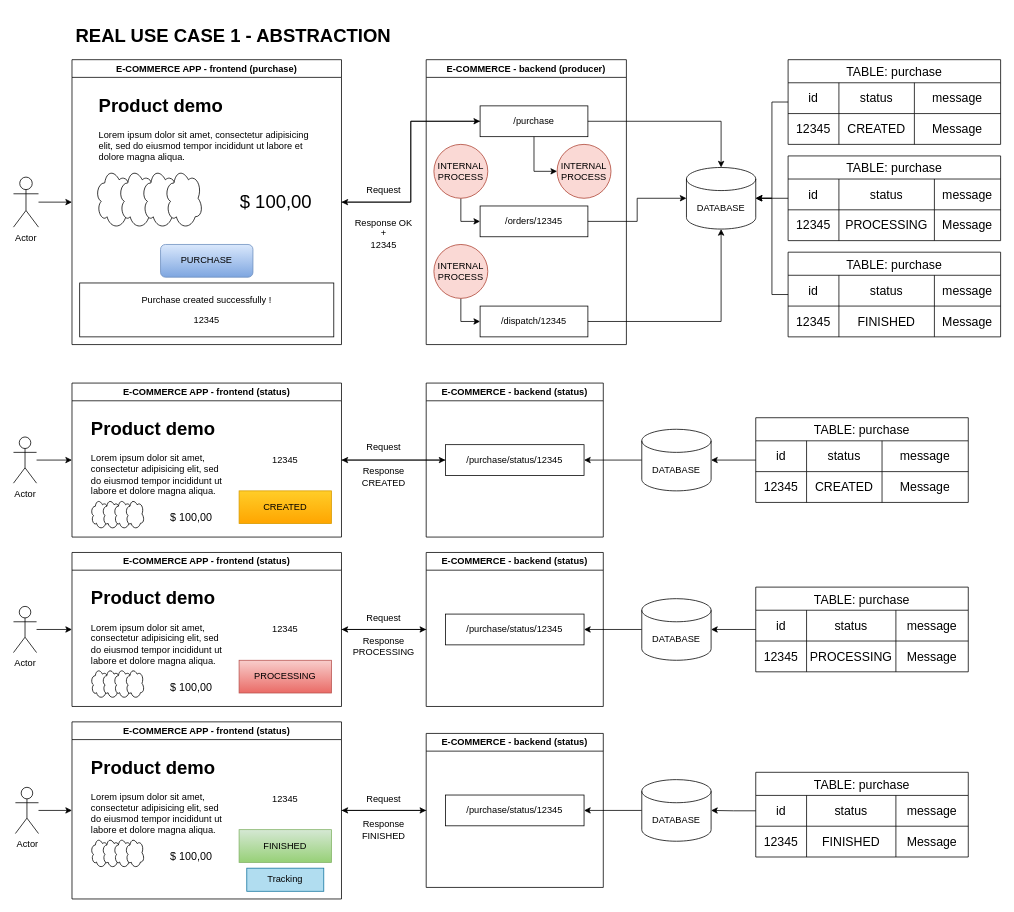
This is page "ABSTRACT" (3 of 4) of ec2_java_mysql_rabbitmq/midias/scheme-diagram-full.drawio from huntercodexs/docker-series, a draw.io file, before an edit. Source tidied: cells renumbered, new cells numbered last; positions are measured from the earlier drawing's top-left corner, leaving out a move shared by most shapes. Both pictures are drawn from the tidied source at 77%, with x=0, y=0 at pixel (13, 21).
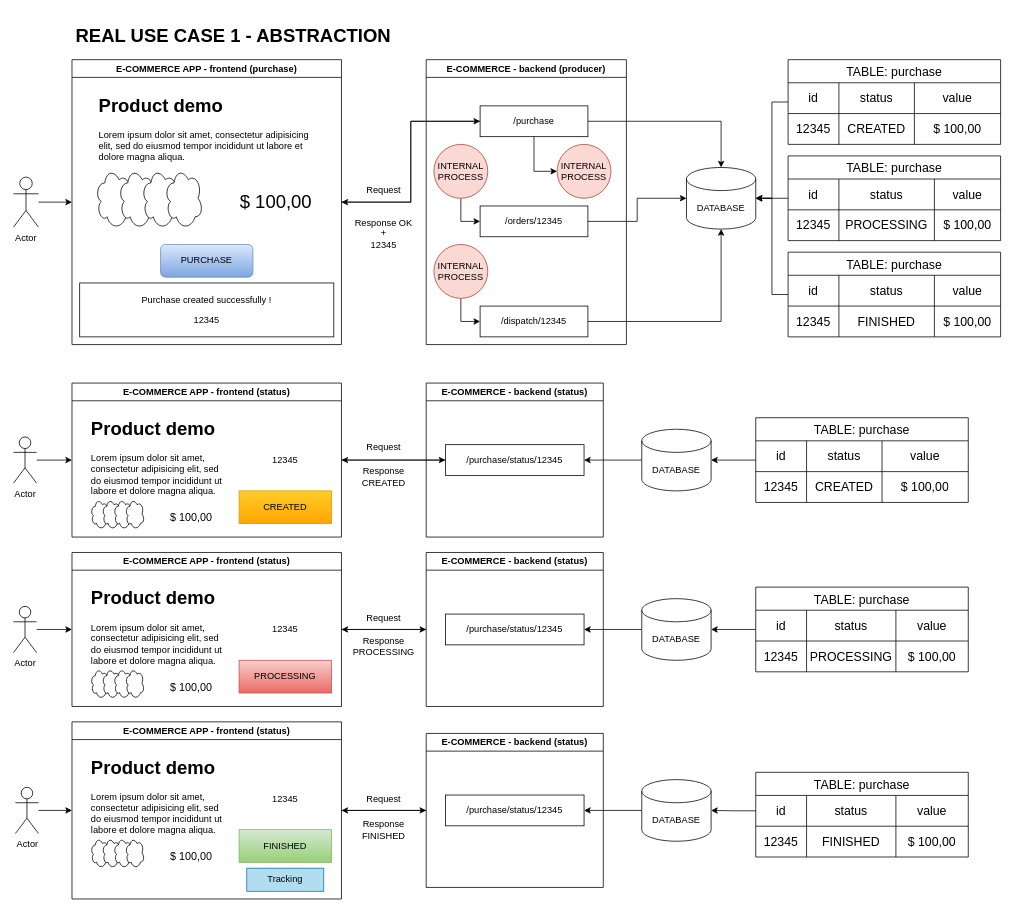
The same page after the edit.

Unchanged cells that the change refers to:
```xml
<mxCell id="93" style="shape=tableRow;horizontal=0;startSize=0;swimlaneHead=0;swimlaneBody=0;strokeColor=inherit;top=0;left=0;bottom=0;right=0;fillColor=none;fontSize=16;" parent="92" vertex="1">
  <mxGeometry y="30" width="276" height="40" as="geometry" />
</mxCell>
<mxCell id="97" style="shape=tableRow;horizontal=0;startSize=0;swimlaneHead=0;swimlaneBody=0;strokeColor=inherit;top=0;left=0;bottom=0;right=0;fillColor=none;fontSize=16;" parent="92" vertex="1">
  <mxGeometry y="70" width="276" height="40" as="geometry" />
</mxCell>
<mxCell id="103" style="shape=tableRow;horizontal=0;startSize=0;swimlaneHead=0;swimlaneBody=0;strokeColor=inherit;top=0;left=0;bottom=0;right=0;fillColor=none;fontSize=16;" parent="102" vertex="1">
  <mxGeometry y="30" width="276" height="40" as="geometry" />
</mxCell>
<mxCell id="107" style="shape=tableRow;horizontal=0;startSize=0;swimlaneHead=0;swimlaneBody=0;strokeColor=inherit;top=0;left=0;bottom=0;right=0;fillColor=none;fontSize=16;" parent="102" vertex="1">
  <mxGeometry y="70" width="276" height="40" as="geometry" />
</mxCell>
<mxCell id="112" style="shape=tableRow;horizontal=0;startSize=0;swimlaneHead=0;swimlaneBody=0;strokeColor=inherit;top=0;left=0;bottom=0;right=0;fillColor=none;points=[[0,0.5],[1,0.5]];portConstraint=eastwest;fontSize=16;" parent="111" vertex="1">
  <mxGeometry y="30" width="276" height="40" as="geometry" />
</mxCell>
<mxCell id="116" style="shape=tableRow;horizontal=0;startSize=0;swimlaneHead=0;swimlaneBody=0;strokeColor=inherit;top=0;left=0;bottom=0;right=0;fillColor=none;fontSize=16;" parent="111" vertex="1">
  <mxGeometry y="70" width="276" height="40" as="geometry" />
</mxCell>
<mxCell id="124" style="shape=tableRow;horizontal=0;startSize=0;swimlaneHead=0;swimlaneBody=0;strokeColor=inherit;top=0;left=0;bottom=0;right=0;fillColor=none;fontSize=16;" parent="123" vertex="1">
  <mxGeometry y="30" width="276" height="40" as="geometry" />
</mxCell>
<mxCell id="128" style="shape=tableRow;horizontal=0;startSize=0;swimlaneHead=0;swimlaneBody=0;strokeColor=inherit;top=0;left=0;bottom=0;right=0;fillColor=none;fontSize=16;" parent="123" vertex="1">
  <mxGeometry y="70" width="276" height="40" as="geometry" />
</mxCell>
<mxCell id="137" style="shape=tableRow;horizontal=0;startSize=0;swimlaneHead=0;swimlaneBody=0;strokeColor=inherit;top=0;left=0;bottom=0;right=0;fillColor=none;fontSize=16;" parent="136" vertex="1">
  <mxGeometry y="30" width="276" height="40" as="geometry" />
</mxCell>
<mxCell id="141" style="shape=tableRow;horizontal=0;startSize=0;swimlaneHead=0;swimlaneBody=0;strokeColor=inherit;top=0;left=0;bottom=0;right=0;fillColor=none;fontSize=16;" parent="136" vertex="1">
  <mxGeometry y="70" width="276" height="40" as="geometry" />
</mxCell>
<mxCell id="146" style="shape=tableRow;horizontal=0;startSize=0;swimlaneHead=0;swimlaneBody=0;strokeColor=inherit;top=0;left=0;bottom=0;right=0;fillColor=none;fontSize=16;" parent="145" vertex="1">
  <mxGeometry y="30" width="276" height="40" as="geometry" />
</mxCell>
<mxCell id="150" style="shape=tableRow;horizontal=0;startSize=0;swimlaneHead=0;swimlaneBody=0;strokeColor=inherit;top=0;left=0;bottom=0;right=0;fillColor=none;fontSize=16;" parent="145" vertex="1">
  <mxGeometry y="70" width="276" height="40" as="geometry" />
</mxCell>
```

What changed in the source:
```diff
@@
-    <mxCell id="96" value="message" style="shape=partialRectangle;html=1;whiteSpace=wrap;strokeColor=inherit;overflow=hidden;fillColor=none;top=0;left=0;bottom=0;right=0;fontSize=16;" parent="93" vertex="1">
+    <mxCell id="96" value="value" style="shape=partialRectangle;html=1;whiteSpace=wrap;strokeColor=inherit;overflow=hidden;fillColor=none;top=0;left=0;bottom=0;right=0;fontSize=16;" parent="93" vertex="1">
       <mxGeometry x="164" width="112" height="40" as="geometry" />
     </mxCell>
@@
-    <mxCell id="100" value="Message" style="shape=partialRectangle;html=1;whiteSpace=wrap;strokeColor=inherit;overflow=hidden;fillColor=none;top=0;left=0;bottom=0;right=0;fontSize=16;" parent="97" vertex="1">
+    <mxCell id="100" value="$ 100,00" style="shape=partialRectangle;html=1;whiteSpace=wrap;strokeColor=inherit;overflow=hidden;fillColor=none;top=0;left=0;bottom=0;right=0;fontSize=16;" parent="97" vertex="1">
       <mxGeometry x="164" width="112" height="40" as="geometry" />
     </mxCell>
@@
-    <mxCell id="106" value="message" style="shape=partialRectangle;html=1;whiteSpace=wrap;strokeColor=inherit;overflow=hidden;fillColor=none;top=0;left=0;bottom=0;right=0;fontSize=16;" parent="103" vertex="1">
+    <mxCell id="106" value="value" style="shape=partialRectangle;html=1;whiteSpace=wrap;strokeColor=inherit;overflow=hidden;fillColor=none;top=0;left=0;bottom=0;right=0;fontSize=16;" parent="103" vertex="1">
       <mxGeometry x="182" width="94" height="40" as="geometry" />
     </mxCell>
@@
-    <mxCell id="110" value="Message" style="shape=partialRectangle;html=1;whiteSpace=wrap;strokeColor=inherit;overflow=hidden;fillColor=none;top=0;left=0;bottom=0;right=0;fontSize=16;" parent="107" vertex="1">
+    <mxCell id="110" value="$ 100,00" style="shape=partialRectangle;html=1;whiteSpace=wrap;strokeColor=inherit;overflow=hidden;fillColor=none;top=0;left=0;bottom=0;right=0;fontSize=16;" parent="107" vertex="1">
       <mxGeometry x="182" width="94" height="40" as="geometry" />
     </mxCell>
@@
-    <mxCell id="115" value="message" style="shape=partialRectangle;html=1;whiteSpace=wrap;strokeColor=inherit;overflow=hidden;fillColor=none;top=0;left=0;bottom=0;right=0;fontSize=16;" parent="112" vertex="1">
+    <mxCell id="115" value="value" style="shape=partialRectangle;html=1;whiteSpace=wrap;strokeColor=inherit;overflow=hidden;fillColor=none;top=0;left=0;bottom=0;right=0;fontSize=16;" parent="112" vertex="1">
       <mxGeometry x="182" width="94" height="40" as="geometry" />
     </mxCell>
@@
-    <mxCell id="119" value="Message" style="shape=partialRectangle;html=1;whiteSpace=wrap;strokeColor=inherit;overflow=hidden;fillColor=none;top=0;left=0;bottom=0;right=0;fontSize=16;" parent="116" vertex="1">
+    <mxCell id="119" value="$ 100,00" style="shape=partialRectangle;html=1;whiteSpace=wrap;strokeColor=inherit;overflow=hidden;fillColor=none;top=0;left=0;bottom=0;right=0;fontSize=16;" parent="116" vertex="1">
       <mxGeometry x="182" width="94" height="40" as="geometry" />
     </mxCell>
@@
-    <mxCell id="127" value="message" style="shape=partialRectangle;html=1;whiteSpace=wrap;strokeColor=inherit;overflow=hidden;fillColor=none;top=0;left=0;bottom=0;right=0;fontSize=16;" parent="124" vertex="1">
+    <mxCell id="127" value="value" style="shape=partialRectangle;html=1;whiteSpace=wrap;strokeColor=inherit;overflow=hidden;fillColor=none;top=0;left=0;bottom=0;right=0;fontSize=16;" parent="124" vertex="1">
       <mxGeometry x="164" width="112" height="40" as="geometry" />
     </mxCell>
@@
-    <mxCell id="131" value="Message" style="shape=partialRectangle;html=1;whiteSpace=wrap;strokeColor=inherit;overflow=hidden;fillColor=none;top=0;left=0;bottom=0;right=0;fontSize=16;" parent="128" vertex="1">
+    <mxCell id="131" value="$ 100,00" style="shape=partialRectangle;html=1;whiteSpace=wrap;strokeColor=inherit;overflow=hidden;fillColor=none;top=0;left=0;bottom=0;right=0;fontSize=16;" parent="128" vertex="1">
       <mxGeometry x="164" width="112" height="40" as="geometry" />
     </mxCell>
@@
-    <mxCell id="140" value="message" style="shape=partialRectangle;html=1;whiteSpace=wrap;strokeColor=inherit;overflow=hidden;fillColor=none;top=0;left=0;bottom=0;right=0;fontSize=16;" parent="137" vertex="1">
+    <mxCell id="140" value="value" style="shape=partialRectangle;html=1;whiteSpace=wrap;strokeColor=inherit;overflow=hidden;fillColor=none;top=0;left=0;bottom=0;right=0;fontSize=16;" parent="137" vertex="1">
       <mxGeometry x="190" width="86" height="40" as="geometry" />
     </mxCell>
@@
-    <mxCell id="144" value="Message" style="shape=partialRectangle;html=1;whiteSpace=wrap;strokeColor=inherit;overflow=hidden;fillColor=none;top=0;left=0;bottom=0;right=0;fontSize=16;" parent="141" vertex="1">
+    <mxCell id="144" value="$ 100,00" style="shape=partialRectangle;html=1;whiteSpace=wrap;strokeColor=inherit;overflow=hidden;fillColor=none;top=0;left=0;bottom=0;right=0;fontSize=16;" parent="141" vertex="1">
       <mxGeometry x="190" width="86" height="40" as="geometry" />
     </mxCell>
@@
-    <mxCell id="149" value="message" style="shape=partialRectangle;html=1;whiteSpace=wrap;strokeColor=inherit;overflow=hidden;fillColor=none;top=0;left=0;bottom=0;right=0;fontSize=16;" parent="146" vertex="1">
+    <mxCell id="149" value="value" style="shape=partialRectangle;html=1;whiteSpace=wrap;strokeColor=inherit;overflow=hidden;fillColor=none;top=0;left=0;bottom=0;right=0;fontSize=16;" parent="146" vertex="1">
       <mxGeometry x="190" width="86" height="40" as="geometry" />
     </mxCell>
@@
-    <mxCell id="153" value="Message" style="shape=partialRectangle;html=1;whiteSpace=wrap;strokeColor=inherit;overflow=hidden;fillColor=none;top=0;left=0;bottom=0;right=0;fontSize=16;" parent="150" vertex="1">
+    <mxCell id="153" value="$ 100,00" style="shape=partialRectangle;html=1;whiteSpace=wrap;strokeColor=inherit;overflow=hidden;fillColor=none;top=0;left=0;bottom=0;right=0;fontSize=16;" parent="150" vertex="1">
       <mxGeometry x="190" width="86" height="40" as="geometry" />
     </mxCell>
```
